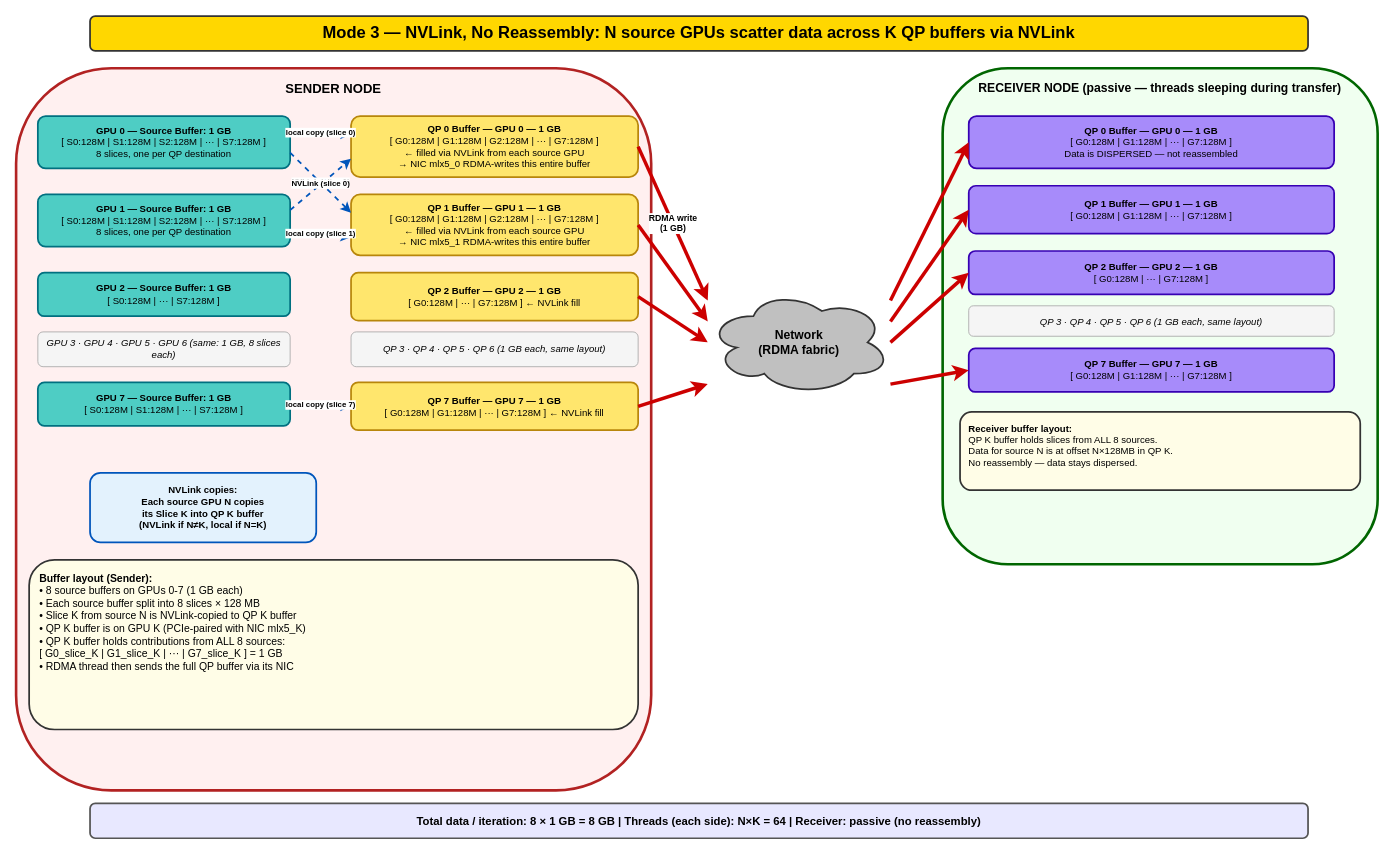
Above: page "3 - NVLink No Reassembly" (3 of 5) of test-docs/RDMA_Test_Architecture.drawio in itayalroy/perftest (draw.io), before the change. Source tidied: cells renumbered, new cells numbered last; positions are measured from the earlier drawing's top-left corner, leaving out a move shared by most shapes. Both pictures are drawn from the tidied source at 87%, with x=0, y=0 at pixel (16, 16).
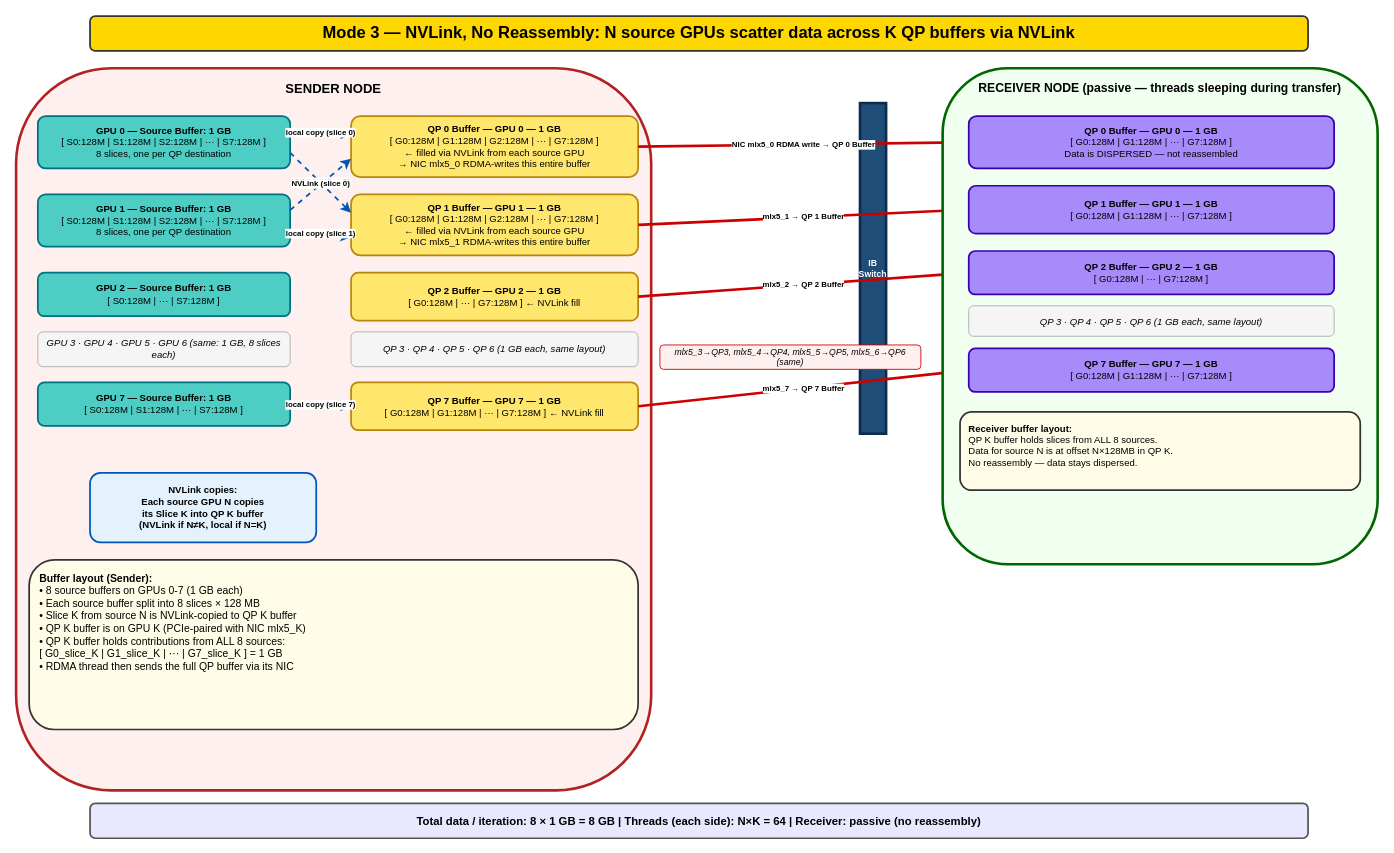
Above is the later version.

The change refers to these unchanged cells:
```xml
<mxCell id="9" value="&lt;b&gt;QP 0 Buffer — GPU 0 — 1 GB&lt;/b&gt;&lt;br&gt;[ G0:128M | G1:128M | G2:128M | ··· | G7:128M ]&lt;br&gt;&lt;font color='#000'&gt;← filled via NVLink from each source GPU&lt;/font&gt;&lt;br&gt;→ NIC mlx5_0 RDMA-writes this entire buffer" style="rounded=1;whiteSpace=wrap;html=1;fillColor=#FFE66D;strokeColor=#B8860B;fontSize=11;strokeWidth=2;align=center;fontColor=#000000;" parent="1" vertex="1">
  <mxGeometry x="385" y="115" width="330" height="70" as="geometry" />
</mxCell>
<mxCell id="10" value="&lt;b&gt;QP 1 Buffer — GPU 1 — 1 GB&lt;/b&gt;&lt;br&gt;[ G0:128M | G1:128M | G2:128M | ··· | G7:128M ]&lt;br&gt;&lt;font color='#000'&gt;← filled via NVLink from each source GPU&lt;/font&gt;&lt;br&gt;→ NIC mlx5_1 RDMA-writes this entire buffer" style="rounded=1;whiteSpace=wrap;html=1;fillColor=#FFE66D;strokeColor=#B8860B;fontSize=11;strokeWidth=2;align=center;fontColor=#000000;" parent="1" vertex="1">
  <mxGeometry x="385" y="205" width="330" height="70" as="geometry" />
</mxCell>
<mxCell id="11" value="&lt;b&gt;QP 2 Buffer — GPU 2 — 1 GB&lt;/b&gt;&lt;br&gt;[ G0:128M | ··· | G7:128M ] ← NVLink fill" style="rounded=1;whiteSpace=wrap;html=1;fillColor=#FFE66D;strokeColor=#B8860B;fontSize=11;strokeWidth=2;align=center;fontColor=#000000;" parent="1" vertex="1">
  <mxGeometry x="385" y="295" width="330" height="55" as="geometry" />
</mxCell>
<mxCell id="13" value="&lt;b&gt;QP 7 Buffer — GPU 7 — 1 GB&lt;/b&gt;&lt;br&gt;[ G0:128M | G1:128M | ··· | G7:128M ] ← NVLink fill" style="rounded=1;whiteSpace=wrap;html=1;fillColor=#FFE66D;strokeColor=#B8860B;fontSize=11;strokeWidth=2;align=center;fontColor=#000000;" parent="1" vertex="1">
  <mxGeometry x="385" y="421" width="330" height="55" as="geometry" />
</mxCell>
<mxCell id="27" value="&lt;b&gt;QP 0 Buffer — GPU 0 — 1 GB&lt;/b&gt;&lt;br&gt;[ G0:128M | G1:128M | ··· | G7:128M ]&lt;br&gt;&lt;font color='#000'&gt;Data is DISPERSED — not reassembled&lt;/font&gt;" style="rounded=1;whiteSpace=wrap;html=1;fillColor=#A78BFA;strokeColor=#3700B3;fontSize=11;strokeWidth=2;align=center;fontColor=#000000;" parent="1" vertex="1">
  <mxGeometry x="1095" y="115" width="420" height="60" as="geometry" />
</mxCell>
<mxCell id="28" value="&lt;b&gt;QP 1 Buffer — GPU 1 — 1 GB&lt;/b&gt;&lt;br&gt;[ G0:128M | G1:128M | ··· | G7:128M ]" style="rounded=1;whiteSpace=wrap;html=1;fillColor=#A78BFA;strokeColor=#3700B3;fontSize=11;strokeWidth=2;align=center;fontColor=#000000;" parent="1" vertex="1">
  <mxGeometry x="1095" y="195" width="420" height="55" as="geometry" />
</mxCell>
<mxCell id="29" value="&lt;b&gt;QP 2 Buffer — GPU 2 — 1 GB&lt;/b&gt;&lt;br&gt;[ G0:128M | ··· | G7:128M ]" style="rounded=1;whiteSpace=wrap;html=1;fillColor=#A78BFA;strokeColor=#3700B3;fontSize=11;strokeWidth=2;align=center;fontColor=#000000;" parent="1" vertex="1">
  <mxGeometry x="1095" y="270" width="420" height="50" as="geometry" />
</mxCell>
<mxCell id="31" value="&lt;b&gt;QP 7 Buffer — GPU 7 — 1 GB&lt;/b&gt;&lt;br&gt;[ G0:128M | G1:128M | ··· | G7:128M ]" style="rounded=1;whiteSpace=wrap;html=1;fillColor=#A78BFA;strokeColor=#3700B3;fontSize=11;strokeWidth=2;align=center;fontColor=#000000;" parent="1" vertex="1">
  <mxGeometry x="1095" y="382" width="420" height="50" as="geometry" />
</mxCell>
```

Diff of the diagram source:
```diff
@@
-    <mxCell id="21" value="&lt;b&gt;Network&lt;/b&gt;&lt;br&gt;(RDMA fabric)" style="ellipse;shape=cloud;whiteSpace=wrap;html=1;fillColor=#C0C0C0;strokeColor=#333;fontSize=14;fontStyle=1;strokeWidth=2;fontColor=#000000;" parent="1" vertex="1">
-      <mxGeometry x="795" y="315" width="210" height="120" as="geometry" />
+    <mxCell id="21" value="IB Switch" style="rounded=0;whiteSpace=wrap;html=1;fillColor=#1e4d78;strokeColor=#0d2b4a;fontSize=10;fontStyle=1;strokeWidth=3;fontColor=#ffffff;verticalAlign=middle;" parent="1" vertex="1">
+      <mxGeometry x="970" y="100" width="30" height="380" as="geometry" />
     </mxCell>
-    <mxCell id="22" value="RDMA write&#10;(1 GB)" style="endArrow=classic;html=1;strokeWidth=4;strokeColor=#CC0000;fontSize=10;fontStyle=1;exitX=1;exitY=0.5;exitDx=0;exitDy=0;entryX=0;entryY=0.1;entryDx=0;entryDy=0;entryPerimeter=0;fontColor=#000000;" parent="1" edge="1" source="9" target="21">
+    <mxCell id="22" value="NIC mlx5_0 RDMA write → QP 0 Buffer" style="endArrow=classic;html=1;strokeWidth=3;strokeColor=#CC0000;fontSize=9;fontStyle=1;exitX=1;exitY=0.5;exitDx=0;exitDy=0;entryX=0;entryY=0.5;entryDx=0;entryDy=0;fontColor=#000000;" parent="1" edge="1" source="9" target="27">
       <mxGeometry relative="1" as="geometry" />
     </mxCell>
-    <mxCell id="23" style="endArrow=classic;html=1;strokeWidth=4;strokeColor=#CC0000;exitX=1;exitY=0.5;exitDx=0;exitDy=0;entryX=0;entryY=0.3;entryDx=0;entryDy=0;entryPerimeter=0;fontColor=#000000;" parent="1" edge="1" source="10" target="21">
+    <mxCell id="23" value="mlx5_1 → QP 1 Buffer" style="endArrow=classic;html=1;strokeWidth=3;strokeColor=#CC0000;fontSize=9;fontStyle=1;exitX=1;exitY=0.5;exitDx=0;exitDy=0;entryX=0;entryY=0.5;entryDx=0;entryDy=0;fontColor=#000000;" parent="1" edge="1" source="10" target="28">
       <mxGeometry relative="1" as="geometry" />
     </mxCell>
-    <mxCell id="24" style="endArrow=classic;html=1;strokeWidth=4;strokeColor=#CC0000;exitX=1;exitY=0.5;exitDx=0;exitDy=0;entryX=0;entryY=0.5;entryDx=0;entryDy=0;entryPerimeter=0;fontColor=#000000;" parent="1" edge="1" source="11" target="21">
+    <mxCell id="24" value="mlx5_2 → QP 2 Buffer" style="endArrow=classic;html=1;strokeWidth=3;strokeColor=#CC0000;fontSize=9;fontStyle=1;exitX=1;exitY=0.5;exitDx=0;exitDy=0;entryX=0;entryY=0.5;entryDx=0;entryDy=0;fontColor=#000000;" parent="1" edge="1" source="11" target="29">
       <mxGeometry relative="1" as="geometry" />
     </mxCell>
-    <mxCell id="25" style="endArrow=classic;html=1;strokeWidth=4;strokeColor=#CC0000;exitX=1;exitY=0.5;exitDx=0;exitDy=0;entryX=0;entryY=0.9;entryDx=0;entryDy=0;entryPerimeter=0;fontColor=#000000;" parent="1" edge="1" source="13" target="21">
+    <mxCell id="25" value="mlx5_7 → QP 7 Buffer" style="endArrow=classic;html=1;strokeWidth=3;strokeColor=#CC0000;fontSize=9;fontStyle=1;exitX=1;exitY=0.5;exitDx=0;exitDy=0;entryX=0;entryY=0.5;entryDx=0;entryDy=0;fontColor=#000000;" parent="1" edge="1" source="13" target="31">
       <mxGeometry relative="1" as="geometry" />
     </mxCell>
+    <mxCell id="38" value="mlx5_3→QP3, mlx5_4→QP4, mlx5_5→QP5, mlx5_6→QP6 (same)" style="text;html=1;strokeColor=#CC0000;fillColor=#FFF0F0;align=center;verticalAlign=middle;whiteSpace=wrap;rounded=1;fontSize=10;fontStyle=2;strokeWidth=1;fontColor=#000000;" parent="1" vertex="1">
+      <mxGeometry x="740" y="378" width="300" height="28" as="geometry" />
+    </mxCell>
@@
-    <mxCell id="33" style="endArrow=classic;html=1;strokeWidth=4;strokeColor=#CC0000;exitX=1;exitY=0.1;exitDx=0;exitDy=0;exitPerimeter=0;entryX=0;entryY=0.5;entryDx=0;entryDy=0;fontColor=#000000;" parent="1" edge="1" source="21" target="27">
-      <mxGeometry relative="1" as="geometry" />
-    </mxCell>
-    <mxCell id="34" style="endArrow=classic;html=1;strokeWidth=4;strokeColor=#CC0000;exitX=1;exitY=0.3;exitDx=0;exitDy=0;exitPerimeter=0;entryX=0;entryY=0.5;entryDx=0;entryDy=0;fontColor=#000000;" parent="1" edge="1" source="21" target="28">
-      <mxGeometry relative="1" as="geometry" />
-    </mxCell>
-    <mxCell id="35" style="endArrow=classic;html=1;strokeWidth=4;strokeColor=#CC0000;exitX=1;exitY=0.5;exitDx=0;exitDy=0;exitPerimeter=0;entryX=0;entryY=0.5;entryDx=0;entryDy=0;fontColor=#000000;" parent="1" edge="1" source="21" target="29">
-      <mxGeometry relative="1" as="geometry" />
-    </mxCell>
-    <mxCell id="36" style="endArrow=classic;html=1;strokeWidth=4;strokeColor=#CC0000;exitX=1;exitY=0.9;exitDx=0;exitDy=0;exitPerimeter=0;entryX=0;entryY=0.5;entryDx=0;entryDy=0;fontColor=#000000;" parent="1" edge="1" source="21" target="31">
-      <mxGeometry relative="1" as="geometry" />
-    </mxCell>
```
